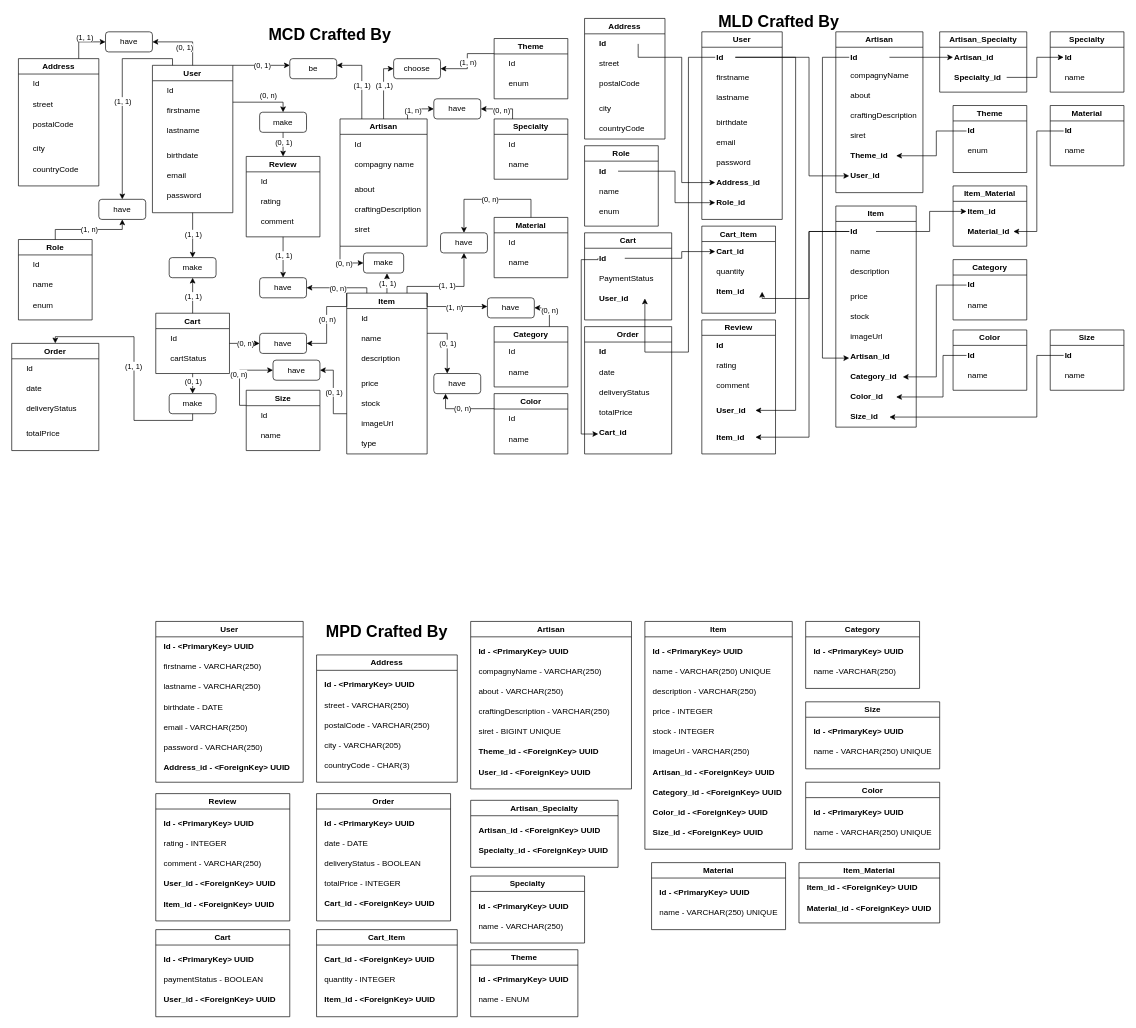
RomainWirth/RomainWirth keeps this draw.io diagram as BDD_PHP_DATAVIZ/Diagramme sans nom.drawio. Above is the earlier version. Source tidied: cells renumbered, new cells numbered last; positions are measured from the earlier drawing's top-left corner, leaving out a move shared by most shapes. Both pictures are drawn from the tidied source at 67%, with x=0, y=0 at pixel (11, 11).
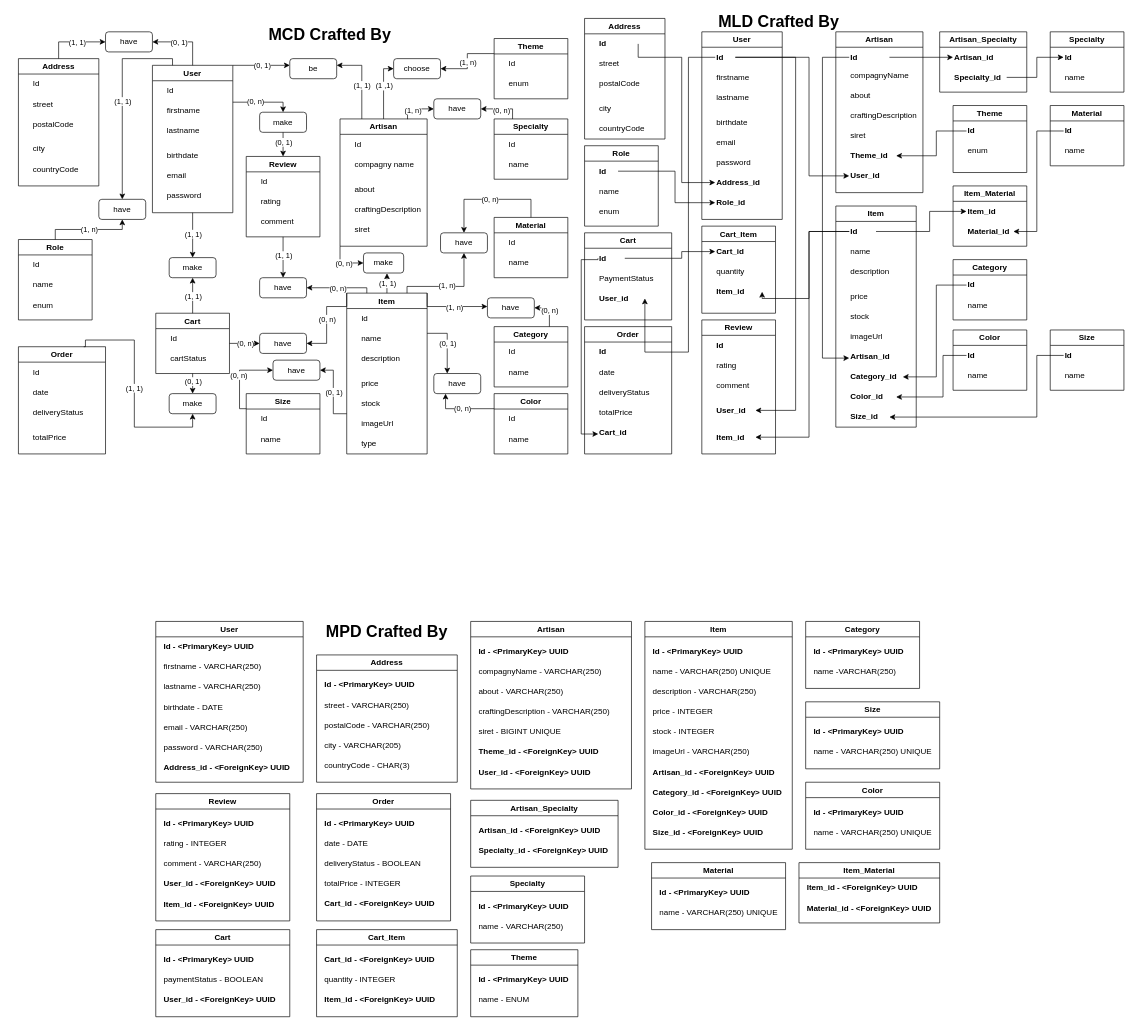
After the change.

Commit message:
Mettre à jour Diagramme sans nom.drawio

The change refers to these unchanged cells:
```xml
<mxCell id="21" value="Address" style="swimlane;whiteSpace=wrap;html=1;" parent="1" vertex="1">
  <mxGeometry x="10" y="70" width="120" height="190" as="geometry" />
</mxCell>
<mxCell id="61" value="have" style="rounded=1;whiteSpace=wrap;html=1;" parent="1" vertex="1">
  <mxGeometry x="140" y="30" width="70" height="30" as="geometry" />
</mxCell>
<mxCell id="72" value="make" style="rounded=1;whiteSpace=wrap;html=1;" parent="1" vertex="1">
  <mxGeometry x="235" y="570" width="70" height="30" as="geometry" />
</mxCell>
<mxCell id="76" style="endArrow=classic;html=1;rounded=0;edgeStyle=orthogonalEdgeStyle;entryX=1;entryY=0.5;entryDx=0;entryDy=0;exitX=0.5;exitY=0;exitDx=0;exitDy=0;" parent="1" edge="1" source="2" target="61">
  <mxGeometry relative="1" as="geometry">
    <Array as="points">
      <mxPoint x="270" y="45" />
    </Array>
  </mxGeometry>
</mxCell>
<mxCell id="86" style="endArrow=classic;html=1;rounded=0;exitX=1;exitY=0.25;exitDx=0;exitDy=0;entryX=0.5;entryY=0;entryDx=0;entryDy=0;edgeStyle=orthogonalEdgeStyle;" parent="1" edge="1" source="2" target="69">
  <mxGeometry relative="1" as="geometry">
    <Array as="points">
      <mxPoint x="405" y="135" />
    </Array>
  </mxGeometry>
</mxCell>
<mxCell id="112" style="endArrow=classic;html=1;rounded=0;exitX=0.75;exitY=0;exitDx=0;exitDy=0;entryX=0.5;entryY=1;entryDx=0;entryDy=0;edgeStyle=orthogonalEdgeStyle;" parent="1" edge="1" source="31" target="64">
  <mxGeometry relative="1" as="geometry">
    <Array as="points">
      <mxPoint x="590" y="410" />
      <mxPoint x="675" y="410" />
    </Array>
  </mxGeometry>
</mxCell>
```

Change to the diagram source:
```diff
@@
     <mxCell id="50" value="Order" style="swimlane;whiteSpace=wrap;html=1;" parent="1" vertex="1">
-      <mxGeometry y="495" width="130" height="160" as="geometry" />
+      <mxGeometry x="10" y="500" width="130" height="160" as="geometry" />
     </mxCell>
@@
     <mxCell id="58" value="Size" style="swimlane;whiteSpace=wrap;html=1;" parent="1" vertex="1">
-      <mxGeometry x="350" y="565" width="110" height="90" as="geometry" />
+      <mxGeometry x="350" y="570" width="110" height="90" as="geometry" />
     </mxCell>
@@
-    <mxCell id="74" style="endArrow=classic;html=1;rounded=0;exitX=0.75;exitY=0;exitDx=0;exitDy=0;edgeStyle=orthogonalEdgeStyle;entryX=0;entryY=0.5;entryDx=0;entryDy=0;" parent="1" edge="1" source="21" target="61">
-      <mxGeometry relative="1" as="geometry">
-        <Array as="points">
-          <mxPoint x="100" y="45" />
-        </Array>
-      </mxGeometry>
+    <mxCell id="74" style="endArrow=classic;html=1;rounded=0;exitX=0.5;exitY=0;exitDx=0;exitDy=0;edgeStyle=orthogonalEdgeStyle;entryX=0;entryY=0.5;entryDx=0;entryDy=0;" parent="1" edge="1" source="21" target="61">
+      <mxGeometry relative="1" as="geometry" />
     </mxCell>
     <mxCell id="75" value="(1, 1)" style="edgeLabel;html=1;align=center;verticalAlign=middle;" parent="74" vertex="1">
       <mxGeometry relative="1" as="geometry">
-        <mxPoint y="-8" as="offset" />
+        <mxPoint x="4" as="offset" />
       </mxGeometry>
     </mxCell>
@@
     <mxCell id="77" value="(0, 1)" style="edgeLabel;html=1;align=center;verticalAlign=middle;" parent="76" vertex="1">
       <mxGeometry relative="1" as="geometry">
-        <mxPoint y="8" as="offset" />
+        <mxPoint x="-8" as="offset" />
       </mxGeometry>
     </mxCell>
@@
     <mxCell id="87" value="(0, n)" style="edgeLabel;html=1;align=center;verticalAlign=middle;" parent="86" vertex="1">
       <mxGeometry relative="1" as="geometry">
-        <mxPoint x="7" y="-11" as="offset" />
+        <mxPoint x="-12" y="-2" as="offset" />
       </mxGeometry>
     </mxCell>
@@
-    <mxCell id="106" style="endArrow=classic;html=1;rounded=0;exitX=0.5;exitY=1;exitDx=0;exitDy=0;entryX=0.5;entryY=0;entryDx=0;entryDy=0;edgeStyle=orthogonalEdgeStyle;" parent="1" edge="1" source="72" target="50">
-      <mxGeometry relative="1" as="geometry" />
+    <mxCell id="106" style="endArrow=classic;html=1;rounded=0;exitX=0.75;exitY=0;exitDx=0;exitDy=0;edgeStyle=orthogonalEdgeStyle;entryX=0.5;entryY=1;entryDx=0;entryDy=0;" parent="1" edge="1" source="50" target="72">
+      <mxGeometry relative="1" as="geometry">
+        <Array as="points">
+          <mxPoint x="110" y="500" />
+          <mxPoint x="110" y="490" />
+          <mxPoint x="183" y="490" />
+          <mxPoint x="183" y="620" />
+          <mxPoint x="270" y="620" />
+        </Array>
+      </mxGeometry>
     </mxCell>
@@
-    <mxCell id="113" value="(1, 1)" style="edgeLabel;html=1;align=center;verticalAlign=middle;" parent="112" vertex="1">
+    <mxCell id="113" value="(1, n)" style="edgeLabel;html=1;align=center;verticalAlign=middle;" parent="112" vertex="1">
       <mxGeometry relative="1" as="geometry">
         <mxPoint x="-4" y="-2" as="offset" />
       </mxGeometry>
     </mxCell>
```
